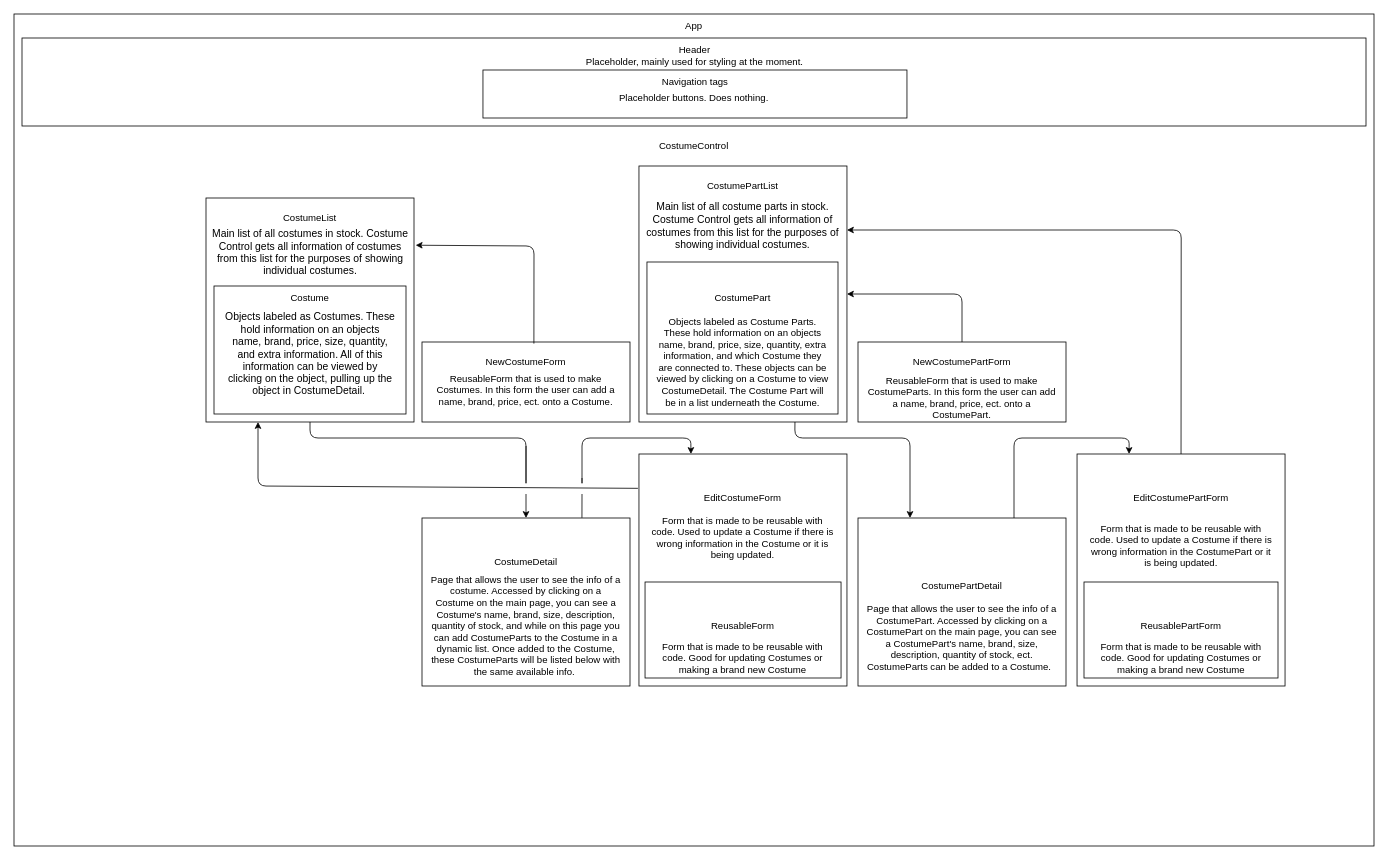
The draw.io diagram Program-plan.drawio in AndrewMMickel/costume-shop, before the edit. Source tidied: cells renumbered, new cells numbered last; positions are measured from the earlier drawing's top-left corner, leaving out a move shared by most shapes. Both pictures are drawn from the tidied source at 80%, with x=0, y=0 at pixel (14, 14).
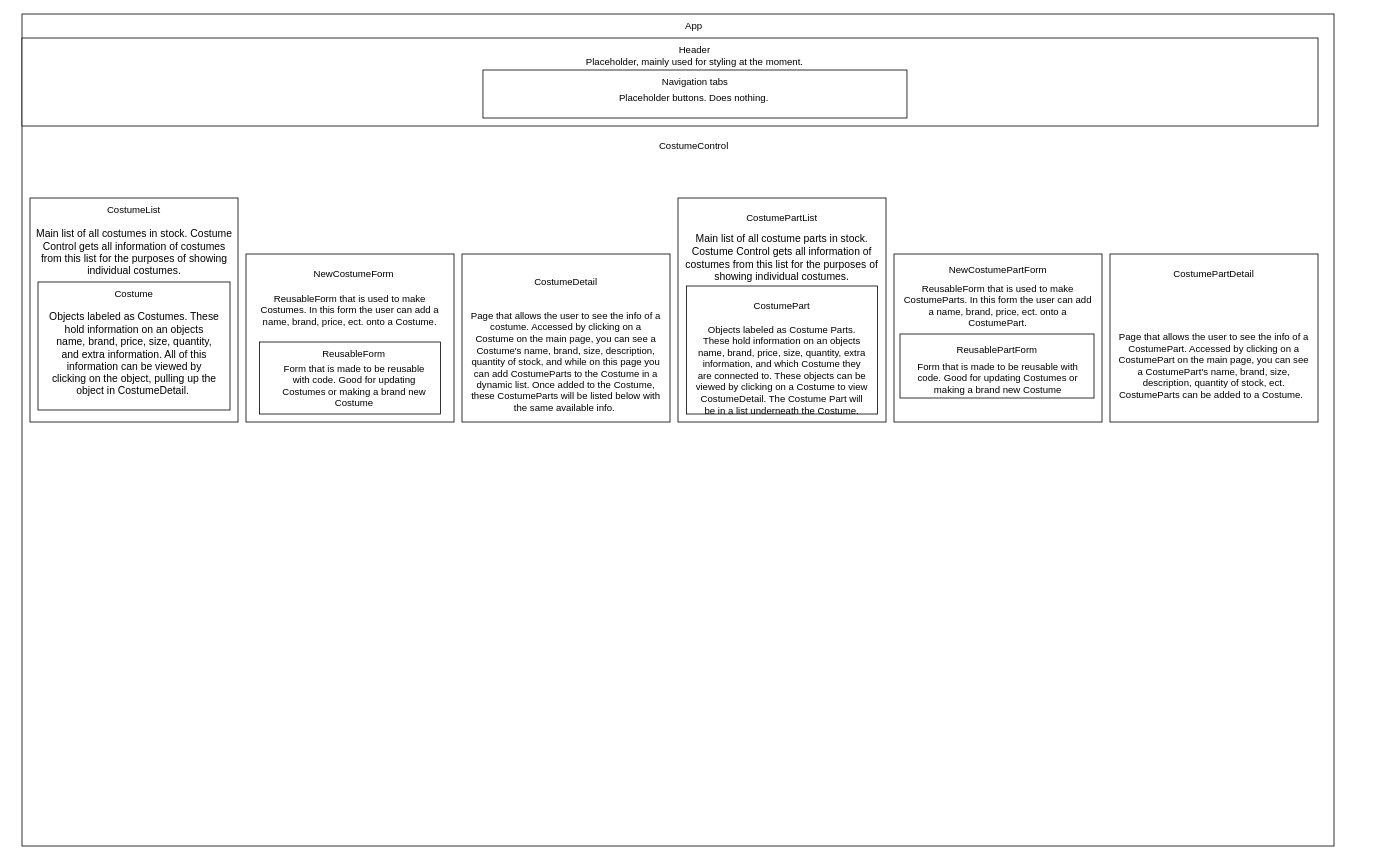
The same page after the edit.

Diff of the diagram source:
```diff
@@
     <mxCell id="2" style="rounded=0;whiteSpace=wrap;html=1;" parent="1" vertex="1">
-      <mxGeometry width="1700" height="1040" as="geometry" />
+      <mxGeometry x="10" width="1640" height="1040" as="geometry" />
     </mxCell>
@@
     <mxCell id="4" style="rounded=0;whiteSpace=wrap;html=1;" parent="1" vertex="1">
-      <mxGeometry x="10" y="30" width="1680" height="110" as="geometry" />
+      <mxGeometry x="10" y="30" width="1620" height="110" as="geometry" />
     </mxCell>
@@
     <mxCell id="7" style="rounded=0;whiteSpace=wrap;html=1;" parent="1" vertex="1">
-      <mxGeometry x="240" y="230" width="260" height="280" as="geometry" />
+      <mxGeometry x="20" y="230" width="260" height="280" as="geometry" />
     </mxCell>
     <mxCell id="8" style="rounded=0;whiteSpace=wrap;html=1;" parent="1" vertex="1">
-      <mxGeometry x="250" y="340" width="240" height="160" as="geometry" />
+      <mxGeometry x="30" y="335" width="240" height="160" as="geometry" />
     </mxCell>
     <mxCell id="9" value="CostumeList" style="text;html=1;align=center;verticalAlign=middle;whiteSpace=wrap;rounded=0;" parent="1" vertex="1">
-      <mxGeometry x="340" y="240" width="60" height="30" as="geometry" />
+      <mxGeometry x="120" y="230" width="60" height="30" as="geometry" />
     </mxCell>
     <mxCell id="10" value="Costume" style="text;html=1;align=center;verticalAlign=middle;whiteSpace=wrap;rounded=0;" parent="1" vertex="1">
-      <mxGeometry x="340" y="340" width="60" height="30" as="geometry" />
+      <mxGeometry x="120" y="335" width="60" height="30" as="geometry" />
     </mxCell>
     <mxCell id="11" style="rounded=0;whiteSpace=wrap;html=1;" parent="1" vertex="1">
-      <mxGeometry x="510" y="630" width="260" height="210" as="geometry" />
+      <mxGeometry x="560" y="300" width="260" height="210" as="geometry" />
     </mxCell>
     <mxCell id="12" value="CostumeDetail" style="text;html=1;align=center;verticalAlign=middle;whiteSpace=wrap;rounded=0;" parent="1" vertex="1">
-      <mxGeometry x="610" y="670" width="60" height="30" as="geometry" />
+      <mxGeometry x="660" y="320" width="60" height="30" as="geometry" />
     </mxCell>
     <mxCell id="13" style="rounded=0;whiteSpace=wrap;html=1;" parent="1" vertex="1">
-      <mxGeometry x="781.2" y="190" width="260" height="320" as="geometry" />
+      <mxGeometry x="830" y="230" width="260" height="280" as="geometry" />
     </mxCell>
     <mxCell id="14" style="rounded=0;whiteSpace=wrap;html=1;" parent="1" vertex="1">
-      <mxGeometry x="1055" y="630" width="260" height="210" as="geometry" />
+      <mxGeometry x="1370" y="300" width="260" height="210" as="geometry" />
     </mxCell>
     <mxCell id="15" value="CostumePartDetail" style="text;html=1;strokeColor=none;fillColor=none;align=center;verticalAlign=middle;whiteSpace=wrap;rounded=0;" parent="1" vertex="1">
-      <mxGeometry x="1155" y="700" width="60" height="30" as="geometry" />
+      <mxGeometry x="1470" y="310" width="60" height="30" as="geometry" />
     </mxCell>
-    <mxCell id="16" style="rounded=0;whiteSpace=wrap;html=1;" parent="1" vertex="1">
-      <mxGeometry x="781.2" y="550" width="260" height="290" as="geometry" />
-    </mxCell>
-    <mxCell id="17" style="rounded=0;whiteSpace=wrap;html=1;" parent="1" vertex="1">
-      <mxGeometry x="1328.8" y="550" width="260" height="290" as="geometry" />
-    </mxCell>
-    <mxCell id="18" value="EditCostumeForm" style="text;html=1;strokeColor=none;fillColor=none;align=center;verticalAlign=middle;whiteSpace=wrap;rounded=0;" parent="1" vertex="1">
-      <mxGeometry x="881.2" y="590" width="60" height="30" as="geometry" />
-    </mxCell>
-    <mxCell id="19" value="EditCostumePartForm" style="text;html=1;strokeColor=none;fillColor=none;align=center;verticalAlign=middle;whiteSpace=wrap;rounded=0;" parent="1" vertex="1">
-      <mxGeometry x="1428.8" y="590" width="60" height="30" as="geometry" />
-    </mxCell>
-    <mxCell id="20" style="rounded=0;whiteSpace=wrap;html=1;" parent="1" vertex="1">
-      <mxGeometry x="788.8" y="710" width="245" height="120" as="geometry" />
-    </mxCell>
-    <mxCell id="21" style="rounded=0;whiteSpace=wrap;html=1;" parent="1" vertex="1">
-      <mxGeometry x="1337.5" y="710" width="242.5" height="120" as="geometry" />
-    </mxCell>
-    <mxCell id="22" value="ReusableForm" style="text;html=1;strokeColor=none;fillColor=none;align=center;verticalAlign=middle;whiteSpace=wrap;rounded=0;" parent="1" vertex="1">
-      <mxGeometry x="881.2" y="750" width="60" height="30" as="geometry" />
-    </mxCell>
-    <mxCell id="23" value="ReusablePartForm" style="text;html=1;strokeColor=none;fillColor=none;align=center;verticalAlign=middle;whiteSpace=wrap;rounded=0;" parent="1" vertex="1">
-      <mxGeometry x="1428.8" y="750" width="60" height="30" as="geometry" />
-    </mxCell>
     <mxCell id="24" value="Main list of all costumes in stock. Costume Control gets all information of costumes from this list for the purposes of showing individual costumes." style="text;html=1;strokeColor=none;fillColor=none;align=center;verticalAlign=middle;whiteSpace=wrap;rounded=0;fontSize=13;" parent="1" vertex="1">
-      <mxGeometry x="242.5" y="260" width="255" height="75" as="geometry" />
+      <mxGeometry x="22.5" y="260" width="255" height="75" as="geometry" />
     </mxCell>
     <mxCell id="25" value="Objects labeled as Costumes. These hold information on an objects name, brand, price, size, quantity, and extra information. All of this information can be viewed by clicking on the object, pulling up the object in CostumeDetail.&amp;nbsp;" style="text;html=1;strokeColor=none;fillColor=none;align=center;verticalAlign=middle;whiteSpace=wrap;rounded=0;fontSize=13;" parent="1" vertex="1">
-      <mxGeometry x="262.5" y="360" width="215" height="130" as="geometry" />
+      <mxGeometry x="42.5" y="360" width="215" height="130" as="geometry" />
     </mxCell>
     <mxCell id="26" value="Page that allows the user to see the info of a costume. Accessed by clicking on a Costume on the main page, you can see a Costume's name, brand, size, description, quantity of stock, and while on this page you can add CostumeParts to the Costume in a dynamic list. Once added to the Costume, these CostumeParts will be listed below with the same available info.&amp;nbsp;" style="text;html=1;strokeColor=none;fillColor=none;align=center;verticalAlign=middle;whiteSpace=wrap;rounded=0;" parent="1" vertex="1">
-      <mxGeometry x="520" y="690" width="240" height="150" as="geometry" />
+      <mxGeometry x="570" y="360" width="240" height="150" as="geometry" />
     </mxCell>
-    <mxCell id="27" value="Form that is made to be reusable with code. Good for updating Costumes or making a brand new Costume" style="text;html=1;strokeColor=none;fillColor=none;align=center;verticalAlign=middle;whiteSpace=wrap;rounded=0;" parent="1" vertex="1">
-      <mxGeometry x="796.2" y="780" width="230" height="50" as="geometry" />
-    </mxCell>
-    <mxCell id="28" value="Form that is made to be reusable with code. Good for updating Costumes or making a brand new Costume" style="text;html=1;strokeColor=none;fillColor=none;align=center;verticalAlign=middle;whiteSpace=wrap;rounded=0;" parent="1" vertex="1">
-      <mxGeometry x="1343.8" y="780" width="230" height="50" as="geometry" />
-    </mxCell>
     <mxCell id="29" value="Page that allows the user to see the info of a CostumePart. Accessed by clicking on a CostumePart on the main page, you can see a CostumePart's name, brand, size, description, quantity of stock, ect. CostumeParts can be added to a Costume.&amp;nbsp;&amp;nbsp;" style="text;html=1;strokeColor=none;fillColor=none;align=center;verticalAlign=middle;whiteSpace=wrap;rounded=0;" parent="1" vertex="1">
-      <mxGeometry x="1065" y="720" width="240" height="120" as="geometry" />
+      <mxGeometry x="1380" y="380" width="240" height="120" as="geometry" />
     </mxCell>
-    <mxCell id="30" value="Form that is made to be reusable with code. Used to update a Costume if there is wrong information in the Costume or it is being updated." style="text;html=1;strokeColor=none;fillColor=none;align=center;verticalAlign=middle;whiteSpace=wrap;rounded=0;" parent="1" vertex="1">
-      <mxGeometry x="796.2" y="610" width="230" height="90" as="geometry" />
-    </mxCell>
-    <mxCell id="31" value="Form that is made to be reusable with code. Used to update a Costume if there is wrong information in the CostumePart or it is being updated." style="text;html=1;strokeColor=none;fillColor=none;align=center;verticalAlign=middle;whiteSpace=wrap;rounded=0;" parent="1" vertex="1">
-      <mxGeometry x="1343.8" y="620" width="230" height="90" as="geometry" />
-    </mxCell>
@@
     <mxCell id="33" style="rounded=0;whiteSpace=wrap;html=1;" parent="1" vertex="1">
-      <mxGeometry x="791.2" y="310" width="238.8" height="190" as="geometry" />
+      <mxGeometry x="840.6" y="340" width="238.8" height="160" as="geometry" />
     </mxCell>
     <mxCell id="34" value="CostumePartList" style="text;html=1;align=center;verticalAlign=middle;whiteSpace=wrap;rounded=0;" parent="1" vertex="1">
-      <mxGeometry x="881.2" y="200" width="60" height="30" as="geometry" />
+      <mxGeometry x="930" y="240" width="60" height="30" as="geometry" />
     </mxCell>
     <mxCell id="35" value="Main list of all costume parts in stock. Costume Control gets all information of costumes from this list for the purposes of showing individual costumes." style="text;html=1;strokeColor=none;fillColor=none;align=center;verticalAlign=middle;whiteSpace=wrap;rounded=0;fontSize=13;" parent="1" vertex="1">
-      <mxGeometry x="786.2" y="220" width="250" height="90" as="geometry" />
+      <mxGeometry x="835" y="260" width="250" height="90" as="geometry" />
     </mxCell>
     <mxCell id="36" value="Objects labeled as Costume Parts. These hold information on an objects name, brand, price, size, quantity, extra information, and which Costume they are connected to. These objects can be viewed by clicking on a Costume to view CostumeDetail. The Costume Part will be in a list underneath the Costume." style="text;html=1;strokeColor=none;fillColor=none;align=center;verticalAlign=middle;whiteSpace=wrap;rounded=0;" parent="1" vertex="1">
-      <mxGeometry x="801.2" y="390" width="220" height="90" as="geometry" />
+      <mxGeometry x="850" y="400" width="220" height="90" as="geometry" />
     </mxCell>
     <mxCell id="37" value="CostumePart" style="text;html=1;strokeColor=none;fillColor=none;align=center;verticalAlign=middle;whiteSpace=wrap;rounded=0;" parent="1" vertex="1">
-      <mxGeometry x="881.2" y="340" width="60" height="30" as="geometry" />
+      <mxGeometry x="930" y="350" width="60" height="30" as="geometry" />
     </mxCell>
     <mxCell id="38" style="rounded=0;whiteSpace=wrap;html=1;" parent="1" vertex="1">
-      <mxGeometry x="510" y="410" width="260" height="100" as="geometry" />
+      <mxGeometry x="290" y="300" width="260" height="210" as="geometry" />
     </mxCell>
     <mxCell id="39" style="rounded=0;whiteSpace=wrap;html=1;" parent="1" vertex="1">
-      <mxGeometry x="1055" y="410" width="260" height="100" as="geometry" />
+      <mxGeometry x="1100" y="300" width="260" height="210" as="geometry" />
     </mxCell>
     <mxCell id="40" value="NewCostumeForm" style="text;html=1;strokeColor=none;fillColor=none;align=center;verticalAlign=middle;whiteSpace=wrap;rounded=0;" parent="1" vertex="1">
-      <mxGeometry x="520" y="420" width="240" height="30" as="geometry" />
+      <mxGeometry x="305" y="310" width="240" height="30" as="geometry" />
     </mxCell>
     <mxCell id="41" value="NewCostumePartForm" style="text;html=1;strokeColor=none;fillColor=none;align=center;verticalAlign=middle;whiteSpace=wrap;rounded=0;" parent="1" vertex="1">
-      <mxGeometry x="1065" y="420" width="240" height="30" as="geometry" />
+      <mxGeometry x="1110" y="305" width="240" height="30" as="geometry" />
     </mxCell>
     <mxCell id="42" value="ReusableForm that is used to make Costumes. In this form the user can add a name, brand, price, ect. onto a Costume." style="text;html=1;strokeColor=none;fillColor=none;align=center;verticalAlign=middle;whiteSpace=wrap;rounded=0;" parent="1" vertex="1">
-      <mxGeometry x="520" y="440" width="240" height="60" as="geometry" />
+      <mxGeometry x="300" y="340" width="240" height="60" as="geometry" />
     </mxCell>
     <mxCell id="43" value="ReusableForm that is used to make CostumeParts. In this form the user can add a name, brand, price, ect. onto a CostumePart." style="text;html=1;strokeColor=none;fillColor=none;align=center;verticalAlign=middle;whiteSpace=wrap;rounded=0;" parent="1" vertex="1">
-      <mxGeometry x="1065" y="450" width="240" height="60" as="geometry" />
+      <mxGeometry x="1110" y="335" width="240" height="60" as="geometry" />
     </mxCell>
@@
-    <mxCell id="45" value="Navigation tags" style="text;html=1;strokeColor=none;fillColor=none;align=center;verticalAlign=middle;whiteSpace=wrap;rounded=0;" parent="1" vertex="1">
+    <mxCell id="45" value="Navigation tabs" style="text;html=1;strokeColor=none;fillColor=none;align=center;verticalAlign=middle;whiteSpace=wrap;rounded=0;" parent="1" vertex="1">
       <mxGeometry x="801.9" y="70" width="98.8" height="30" as="geometry" />
     </mxCell>
@@
-    <mxCell id="47" style="endArrow=classic;html=1;entryX=1.018;entryY=0.387;entryDx=0;entryDy=0;entryPerimeter=0;exitX=0.538;exitY=0.02;exitDx=0;exitDy=0;exitPerimeter=0;" parent="1" edge="1" source="38" target="24">
-      <mxGeometry relative="1" as="geometry">
-        <Array as="points">
-          <mxPoint x="650" y="290" />
-        </Array>
-      </mxGeometry>
-    </mxCell>
-    <mxCell id="48" style="endArrow=classic;html=1;elbow=vertical;exitX=0.5;exitY=0;exitDx=0;exitDy=0;entryX=1;entryY=0.5;entryDx=0;entryDy=0;" parent="1" edge="1" source="39" target="13">
-      <mxGeometry relative="1" as="geometry">
-        <Array as="points">
-          <mxPoint x="1185" y="350" />
-        </Array>
-      </mxGeometry>
-    </mxCell>
-    <mxCell id="49" style="endArrow=classic;html=1;elbow=vertical;entryX=0.5;entryY=0;entryDx=0;entryDy=0;" parent="1" edge="1" target="11">
-      <mxGeometry relative="1" as="geometry">
-        <mxPoint x="640" y="600" as="sourcePoint" />
-        <Array as="points">
-          <mxPoint x="640" y="600" />
-        </Array>
-      </mxGeometry>
-    </mxCell>
-    <mxCell id="50" style="endArrow=classic;html=1;elbow=vertical;entryX=0.25;entryY=0;entryDx=0;entryDy=0;" parent="1" edge="1" target="16">
-      <mxGeometry relative="1" as="geometry">
-        <mxPoint x="710" y="580" as="sourcePoint" />
-        <Array as="points">
-          <mxPoint x="710" y="590" />
-          <mxPoint x="710" y="530" />
-          <mxPoint x="846" y="530" />
-        </Array>
-      </mxGeometry>
-    </mxCell>
-    <mxCell id="51" style="endArrow=classic;html=1;elbow=vertical;entryX=0.25;entryY=0;entryDx=0;entryDy=0;exitX=0.75;exitY=1;exitDx=0;exitDy=0;" parent="1" edge="1" source="13" target="14">
-      <mxGeometry relative="1" as="geometry">
-        <Array as="points">
-          <mxPoint x="976" y="530" />
-          <mxPoint x="1120" y="530" />
-        </Array>
-      </mxGeometry>
-    </mxCell>
-    <mxCell id="52" style="endArrow=classic;html=1;elbow=vertical;exitX=0.75;exitY=0;exitDx=0;exitDy=0;entryX=0.25;entryY=0;entryDx=0;entryDy=0;" parent="1" edge="1" source="14" target="17">
-      <mxGeometry relative="1" as="geometry">
-        <Array as="points">
-          <mxPoint x="1250" y="530" />
-          <mxPoint x="1394" y="530" />
-        </Array>
-      </mxGeometry>
-    </mxCell>
-    <mxCell id="53" style="endArrow=classic;html=1;elbow=vertical;exitX=0.5;exitY=0;exitDx=0;exitDy=0;entryX=1;entryY=0.25;entryDx=0;entryDy=0;" parent="1" edge="1" source="17" target="13">
-      <mxGeometry relative="1" as="geometry">
-        <Array as="points">
-          <mxPoint x="1459" y="270" />
-        </Array>
-      </mxGeometry>
-    </mxCell>
-    <mxCell id="54" style="endArrow=none;html=1;elbow=vertical;exitX=0.769;exitY=-0.001;exitDx=0;exitDy=0;exitPerimeter=0;" parent="1" edge="1" source="11">
-      <mxGeometry relative="1" as="geometry">
-        <mxPoint x="710" y="600" as="targetPoint" />
-        <Array as="points">
-          <mxPoint x="710" y="600" />
-        </Array>
-      </mxGeometry>
-    </mxCell>
-    <mxCell id="55" style="endArrow=classic;html=1;elbow=vertical;exitX=-0.005;exitY=0.148;exitDx=0;exitDy=0;exitPerimeter=0;entryX=0.25;entryY=1;entryDx=0;entryDy=0;" parent="1" edge="1" source="16" target="7">
-      <mxGeometry relative="1" as="geometry">
-        <Array as="points">
-          <mxPoint x="305" y="590" />
-        </Array>
-      </mxGeometry>
-    </mxCell>
-    <mxCell id="56" style="endArrow=none;html=1;elbow=vertical;exitX=0.5;exitY=1;exitDx=0;exitDy=0;" parent="1" edge="1" source="7">
-      <mxGeometry relative="1" as="geometry">
-        <mxPoint x="640" y="540" as="targetPoint" />
-        <Array as="points">
-          <mxPoint x="370" y="530" />
-          <mxPoint x="640" y="530" />
-          <mxPoint x="640" y="570" />
-          <mxPoint x="640" y="590" />
-        </Array>
-      </mxGeometry>
-    </mxCell>
+    <mxCell id="20" style="rounded=0;whiteSpace=wrap;html=1;" parent="1" vertex="1">
+      <mxGeometry x="306.9" y="410" width="226.2" height="90" as="geometry" />
+    </mxCell>
+    <mxCell id="22" value="ReusableForm" style="text;html=1;strokeColor=none;fillColor=none;align=center;verticalAlign=middle;whiteSpace=wrap;rounded=0;" parent="1" vertex="1">
+      <mxGeometry x="395" y="410" width="60" height="30" as="geometry" />
+    </mxCell>
+    <mxCell id="27" value="Form that is made to be reusable with code. Good for updating Costumes or making a brand new Costume" style="text;html=1;strokeColor=none;fillColor=none;align=center;verticalAlign=middle;whiteSpace=wrap;rounded=0;" parent="1" vertex="1">
+      <mxGeometry x="332" y="440" width="186.9" height="50" as="geometry" />
+    </mxCell>
+    <mxCell id="21" style="rounded=0;whiteSpace=wrap;html=1;" parent="1" vertex="1">
+      <mxGeometry x="1107.5" y="400" width="242.5" height="80" as="geometry" />
+    </mxCell>
+    <mxCell id="23" value="ReusablePartForm" style="text;html=1;strokeColor=none;fillColor=none;align=center;verticalAlign=middle;whiteSpace=wrap;rounded=0;" parent="1" vertex="1">
+      <mxGeometry x="1198.8" y="405" width="60" height="30" as="geometry" />
+    </mxCell>
+    <mxCell id="28" value="Form that is made to be reusable with code. Good for updating Costumes or making a brand new Costume" style="text;html=1;strokeColor=none;fillColor=none;align=center;verticalAlign=middle;whiteSpace=wrap;rounded=0;" parent="1" vertex="1">
+      <mxGeometry x="1115" y="430" width="230" height="50" as="geometry" />
+    </mxCell>
```
